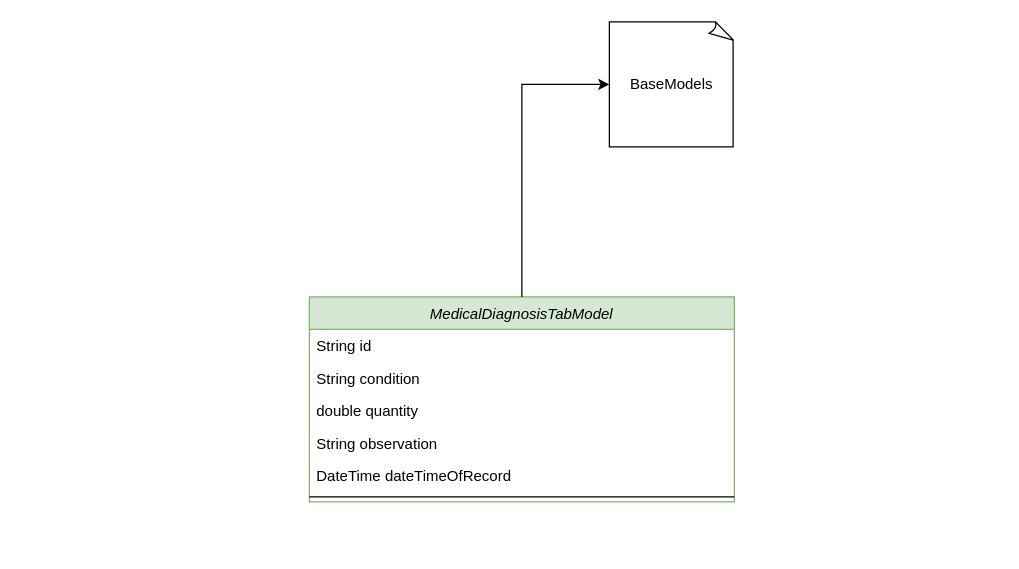
This is page "Medical" (8 of 14) of uml/uml_diagrams.drawio from grupo-jocaagura/jocaagura_domain, a draw.io file, before an edit. Source tidied: cells renumbered, new cells numbered last; positions are measured from the earlier drawing's top-left corner, leaving out a move shared by most shapes. Both pictures are drawn from the tidied source at 125%, with x=0, y=0 at pixel (309, 21).
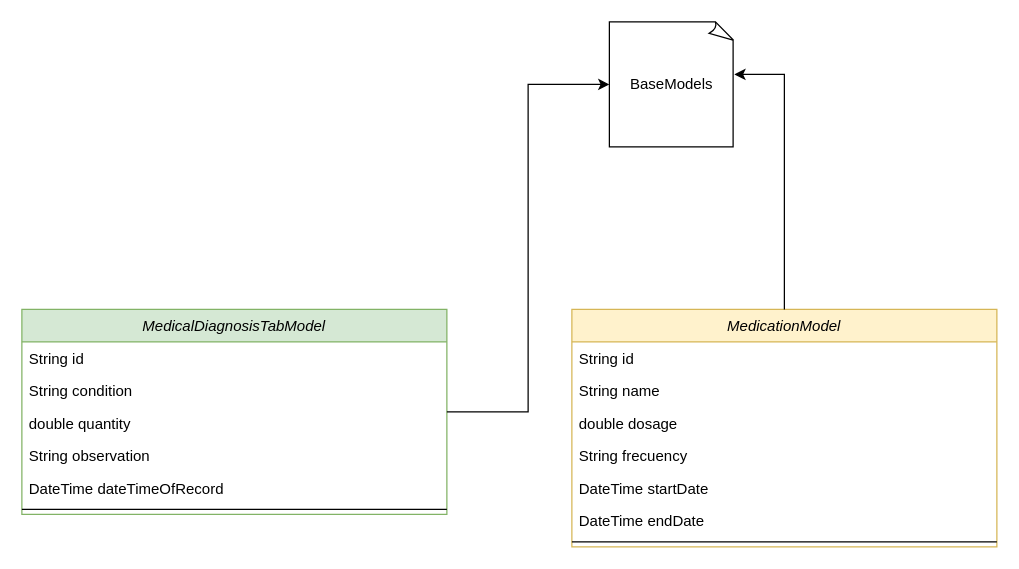
The same page after the edit.

What changed in the source:
```diff
@@
 <mxGraphModel>
   <root>
     <mxCell id="0" />
     <mxCell id="1" parent="0" />
     <mxCell id="2" value="BaseModels" style="whiteSpace=wrap;html=1;shape=mxgraph.basic.document;" parent="1" vertex="1">
       <mxGeometry x="240" width="100" height="100" as="geometry" />
     </mxCell>
     <mxCell id="3" value="MedicalDiagnosisTabModel" style="swimlane;fontStyle=2;align=center;verticalAlign=top;horizontal=1;startSize=26;rounded=0;shadow=0;strokeWidth=1;fillColor=#d5e8d4;strokeColor=#82b366;" parent="1" vertex="1">
-      <mxGeometry y="220" width="340" height="164" as="geometry" />
+      <mxGeometry x="-230" y="230" width="340" height="164" as="geometry" />
     </mxCell>
     <mxCell id="4" value="String id" style="text;align=left;verticalAlign=top;spacingLeft=4;spacingRight=4;overflow=hidden;" parent="3" vertex="1">
       <mxGeometry y="26" width="340" height="26" as="geometry" />
     </mxCell>
     <mxCell id="5" value="String condition" style="text;align=left;verticalAlign=top;spacingLeft=4;spacingRight=4;overflow=hidden;" parent="3" vertex="1">
       <mxGeometry y="52" width="340" height="26" as="geometry" />
     </mxCell>
     <mxCell id="6" value="double quantity" style="text;align=left;verticalAlign=top;spacingLeft=4;spacingRight=4;overflow=hidden;" parent="3" vertex="1">
       <mxGeometry y="78" width="340" height="26" as="geometry" />
     </mxCell>
     <mxCell id="7" value="String observation" style="text;align=left;verticalAlign=top;spacingLeft=4;spacingRight=4;overflow=hidden;" parent="3" vertex="1">
       <mxGeometry y="104" width="340" height="26" as="geometry" />
     </mxCell>
     <mxCell id="8" value="DateTime dateTimeOfRecord" style="text;align=left;verticalAlign=top;spacingLeft=4;spacingRight=4;overflow=hidden;" parent="3" vertex="1">
       <mxGeometry y="130" width="340" height="26" as="geometry" />
     </mxCell>
     <mxCell id="9" style="line;html=1;strokeWidth=1;align=left;verticalAlign=middle;spacingTop=-1;spacingLeft=3;spacingRight=3;labelPosition=right;" parent="3" vertex="1">
       <mxGeometry y="156" width="340" height="8" as="geometry" />
     </mxCell>
     <mxCell id="10" style="edgeStyle=orthogonalEdgeStyle;rounded=0;jettySize=auto;html=1;entryX=0;entryY=0.5;entryDx=0;entryDy=0;entryPerimeter=0;" parent="1" edge="1" source="3" target="2">
       <mxGeometry relative="1" as="geometry" />
     </mxCell>
+    <mxCell id="11" value="MedicationModel" style="swimlane;fontStyle=2;align=center;verticalAlign=top;horizontal=1;startSize=26;rounded=0;shadow=0;strokeWidth=1;fillColor=#fff2cc;strokeColor=#d6b656;" parent="1" vertex="1">
+      <mxGeometry x="210" y="230" width="340" height="190" as="geometry" />
+    </mxCell>
+    <mxCell id="12" value="String id" style="text;align=left;verticalAlign=top;spacingLeft=4;spacingRight=4;overflow=hidden;" parent="11" vertex="1">
+      <mxGeometry y="26" width="340" height="26" as="geometry" />
+    </mxCell>
+    <mxCell id="13" value="String name" style="text;align=left;verticalAlign=top;spacingLeft=4;spacingRight=4;overflow=hidden;" parent="11" vertex="1">
+      <mxGeometry y="52" width="340" height="26" as="geometry" />
+    </mxCell>
+    <mxCell id="14" value="double dosage" style="text;align=left;verticalAlign=top;spacingLeft=4;spacingRight=4;overflow=hidden;" parent="11" vertex="1">
+      <mxGeometry y="78" width="340" height="26" as="geometry" />
+    </mxCell>
+    <mxCell id="15" value="String frecuency" style="text;align=left;verticalAlign=top;spacingLeft=4;spacingRight=4;overflow=hidden;" parent="11" vertex="1">
+      <mxGeometry y="104" width="340" height="26" as="geometry" />
+    </mxCell>
+    <mxCell id="16" value="DateTime startDate" style="text;align=left;verticalAlign=top;spacingLeft=4;spacingRight=4;overflow=hidden;" parent="11" vertex="1">
+      <mxGeometry y="130" width="340" height="26" as="geometry" />
+    </mxCell>
+    <mxCell id="17" value="DateTime endDate" style="text;align=left;verticalAlign=top;spacingLeft=4;spacingRight=4;overflow=hidden;" parent="11" vertex="1">
+      <mxGeometry y="156" width="340" height="26" as="geometry" />
+    </mxCell>
+    <mxCell id="18" style="line;html=1;strokeWidth=1;align=left;verticalAlign=middle;spacingTop=-1;spacingLeft=3;spacingRight=3;labelPosition=right;" parent="11" vertex="1">
+      <mxGeometry y="182" width="340" height="8" as="geometry" />
+    </mxCell>
+    <mxCell id="19" style="edgeStyle=orthogonalEdgeStyle;rounded=0;jettySize=auto;html=1;entryX=1;entryY=0.42;entryDx=0;entryDy=0;entryPerimeter=0;" parent="1" edge="1" source="11" target="2">
+      <mxGeometry relative="1" as="geometry" />
+    </mxCell>
   </root>
 </mxGraphModel>
```
